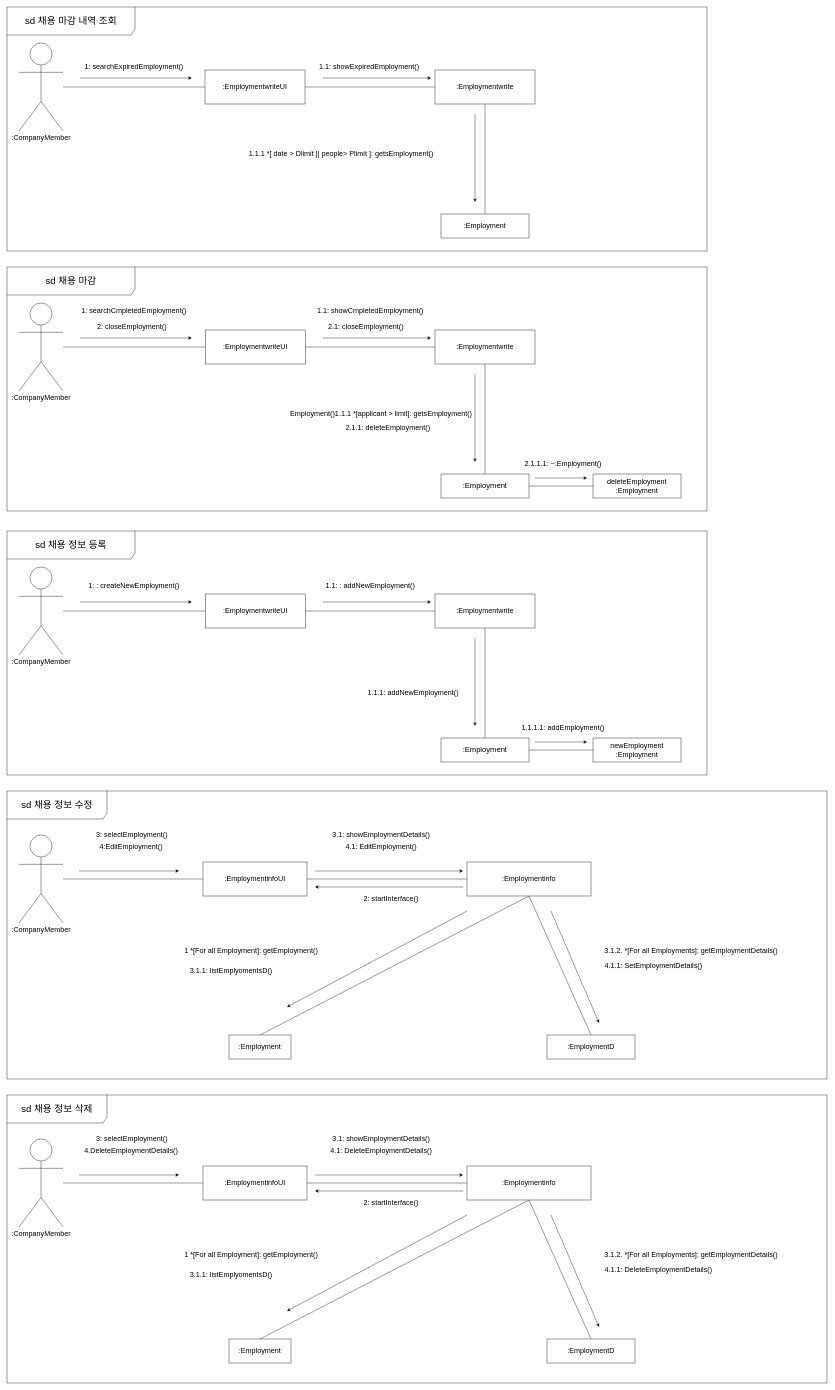
This is communication-diagram-GOS.drawio from yongun2/2023-hongik-software-engineering, a draw.io file, before an edit. Source tidied: cells renumbered, new cells numbered last; positions are measured from the earlier drawing's top-left corner, leaving out a move shared by most shapes. Both pictures are drawn from the tidied source at 40%, with x=0, y=0 at pixel (7, 7).
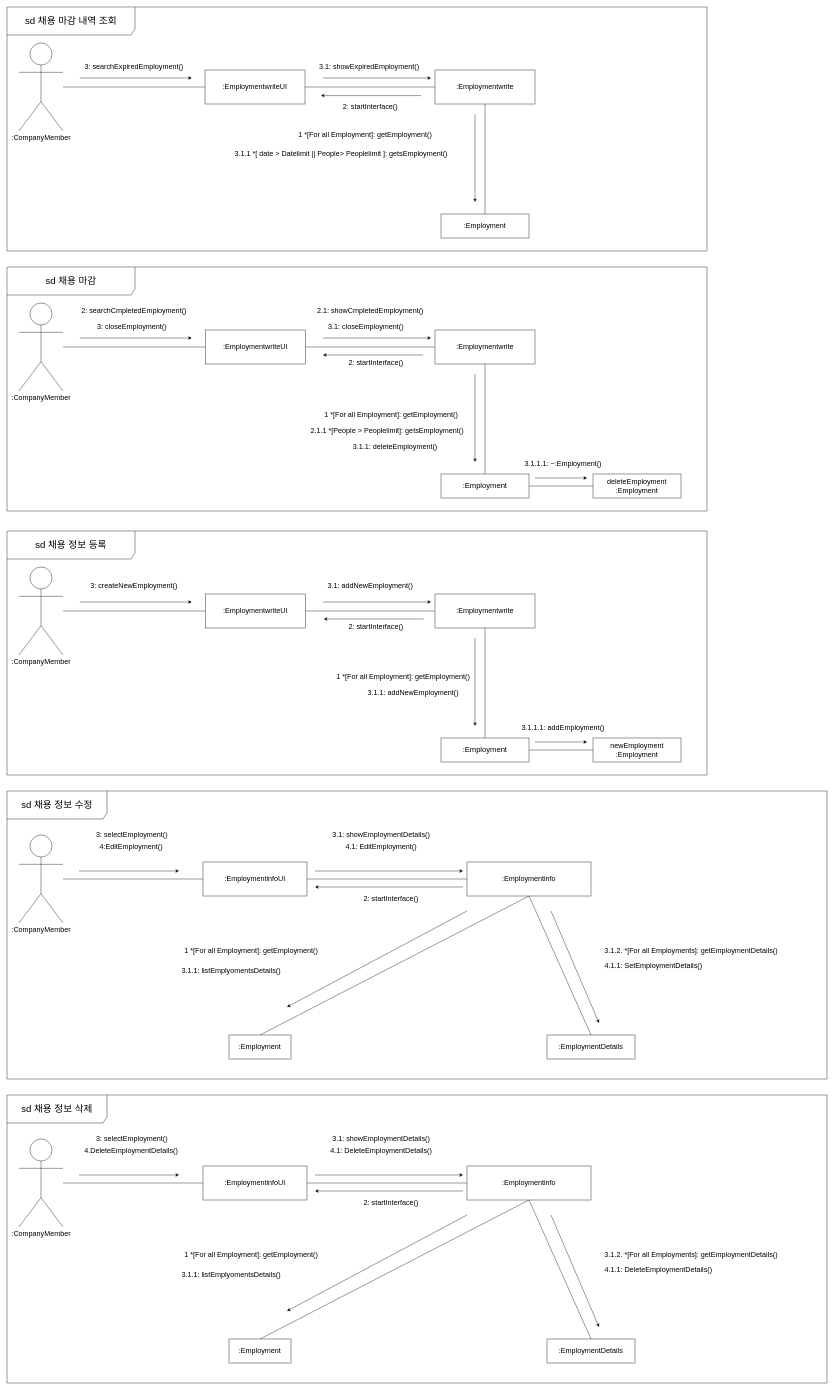
Above is the later version.

Commit message:
class-diagram-GOS ver.3

What changed in the source:
```diff
@@
-    <mxCell id="8" value="&lt;font style=&quot;font-size: 18px;&quot;&gt;1: searchExpiredEmployment&lt;/font&gt;&lt;span style=&quot;font-size: 18px; background-color: initial;&quot;&gt;()&lt;/span&gt;" style="text;html=1;align=center;verticalAlign=middle;strokeColor=none;fillColor=none;" parent="1" vertex="1">
+    <mxCell id="8" value="&lt;font style=&quot;font-size: 18px;&quot;&gt;3: searchExpiredEmployment&lt;/font&gt;&lt;span style=&quot;font-size: 18px; background-color: initial;&quot;&gt;()&lt;/span&gt;" style="text;html=1;align=center;verticalAlign=middle;strokeColor=none;fillColor=none;" parent="1" vertex="1">
       <mxGeometry x="182" y="130" width="270" height="40" as="geometry" />
     </mxCell>
@@
-    <mxCell id="10" value="&lt;font style=&quot;font-size: 18px;&quot;&gt;1.1: showExpired&lt;/font&gt;&lt;font style=&quot;border-color: var(--border-color); font-size: 18px;&quot;&gt;Employment()&lt;/font&gt;" style="text;html=1;align=center;verticalAlign=middle;strokeColor=none;fillColor=none;" parent="1" vertex="1">
+    <mxCell id="10" value="&lt;font style=&quot;font-size: 18px;&quot;&gt;3.1: showExpired&lt;/font&gt;&lt;font style=&quot;border-color: var(--border-color); font-size: 18px;&quot;&gt;Employment()&lt;/font&gt;" style="text;html=1;align=center;verticalAlign=middle;strokeColor=none;fillColor=none;" parent="1" vertex="1">
       <mxGeometry x="770" y="130" width="270" height="40" as="geometry" />
     </mxCell>
@@
-    <mxCell id="14" value="&lt;font style=&quot;font-size: 18px;&quot;&gt;1.1.1 *[ date &amp;gt; Dlimit || people&amp;gt; Plimit ]: get&lt;/font&gt;&lt;font style=&quot;border-color: var(--border-color); font-size: 18px;&quot;&gt;sEmployment()&lt;/font&gt;" style="text;html=1;align=center;verticalAlign=middle;strokeColor=none;fillColor=none;" parent="1" vertex="1">
-      <mxGeometry x="590" y="348" width="490" height="40" as="geometry" />
+    <mxCell id="14" value="&lt;font style=&quot;font-size: 18px;&quot;&gt;3.1.1 *[ date &amp;gt; Datelimit || People&amp;gt; Peoplelimit ]: get&lt;/font&gt;&lt;font style=&quot;border-color: var(--border-color); font-size: 18px;&quot;&gt;sEmployment()&lt;/font&gt;" style="text;html=1;align=center;verticalAlign=middle;strokeColor=none;fillColor=none;" parent="1" vertex="1">
+      <mxGeometry x="555" y="348" width="560" height="40" as="geometry" />
     </mxCell>
@@
-    <mxCell id="23" value="&lt;font style=&quot;font-size: 18px;&quot;&gt;:EmploymentD&lt;/font&gt;" style="rounded=0;whiteSpace=wrap;html=1;" parent="1" vertex="1">
+    <mxCell id="23" value="&lt;font style=&quot;font-size: 18px;&quot;&gt;:EmploymentDetails&lt;/font&gt;" style="rounded=0;whiteSpace=wrap;html=1;" parent="1" vertex="1">
       <mxGeometry x="1350" y="2570" width="220" height="60" as="geometry" />
     </mxCell>
@@
-    <mxCell id="35" value="&lt;font style=&quot;font-size: 18px;&quot;&gt;3.1.1: listEmplyomentsD()&lt;/font&gt;" style="text;html=1;align=center;verticalAlign=middle;strokeColor=none;fillColor=none;" parent="1" vertex="1">
-      <mxGeometry x="445" y="2390" width="230" height="40" as="geometry" />
+    <mxCell id="35" value="&lt;font style=&quot;font-size: 18px;&quot;&gt;3.1.1: listEmplyomentsDetails()&lt;/font&gt;" style="text;html=1;align=center;verticalAlign=middle;strokeColor=none;fillColor=none;" parent="1" vertex="1">
+      <mxGeometry x="425" y="2390" width="270" height="40" as="geometry" />
     </mxCell>
@@
-    <mxCell id="46" value="&lt;font style=&quot;font-size: 18px;&quot;&gt;1: searchCmpleted&lt;/font&gt;&lt;span style=&quot;font-size: 18px; background-color: initial;&quot;&gt;Employment()&lt;/span&gt;" style="text;html=1;align=center;verticalAlign=middle;strokeColor=none;fillColor=none;" parent="1" vertex="1">
+    <mxCell id="46" value="&lt;font style=&quot;font-size: 18px;&quot;&gt;2: searchCmpleted&lt;/font&gt;&lt;span style=&quot;font-size: 18px; background-color: initial;&quot;&gt;Employment()&lt;/span&gt;" style="text;html=1;align=center;verticalAlign=middle;strokeColor=none;fillColor=none;" parent="1" vertex="1">
       <mxGeometry x="172" y="740" width="290" height="40" as="geometry" />
     </mxCell>
@@
-    <mxCell id="48" value="&lt;font style=&quot;font-size: 18px;&quot;&gt;1.1: &lt;/font&gt;&lt;font style=&quot;font-size: 18px;&quot;&gt;&lt;font style=&quot;font-size: 18px;&quot;&gt;show&lt;/font&gt;&lt;font style=&quot;border-color: var(--border-color); font-size: 18px;&quot;&gt;Cmpleted&lt;/font&gt;Employment()&lt;/font&gt;" style="text;html=1;align=center;verticalAlign=middle;strokeColor=none;fillColor=none;" parent="1" vertex="1">
+    <mxCell id="48" value="&lt;font style=&quot;font-size: 18px;&quot;&gt;2.1: &lt;/font&gt;&lt;font style=&quot;font-size: 18px;&quot;&gt;&lt;font style=&quot;font-size: 18px;&quot;&gt;show&lt;/font&gt;&lt;font style=&quot;border-color: var(--border-color); font-size: 18px;&quot;&gt;Cmpleted&lt;/font&gt;Employment()&lt;/font&gt;" style="text;html=1;align=center;verticalAlign=middle;strokeColor=none;fillColor=none;" parent="1" vertex="1">
       <mxGeometry x="763" y="740" width="290" height="40" as="geometry" />
     </mxCell>
@@
-    <mxCell id="52" value="&lt;font style=&quot;font-size: 18px;&quot;&gt;Employment()1.1.1 *[applicant&amp;nbsp;&amp;gt; limit]:&amp;nbsp;&lt;/font&gt;&lt;font style=&quot;border-color: var(--border-color); font-size: 18px;&quot;&gt;get&lt;/font&gt;&lt;font style=&quot;border-color: var(--border-color); font-size: 18px;&quot;&gt;sEmployment()&lt;/font&gt;" style="text;html=1;align=center;verticalAlign=middle;strokeColor=none;fillColor=none;" parent="1" vertex="1">
-      <mxGeometry x="695" y="998" width="480" height="40" as="geometry" />
+    <mxCell id="52" value="&lt;font style=&quot;font-size: 18px;&quot;&gt;2.1.1 *[People &amp;gt; Peoplelimit]:&amp;nbsp;&lt;/font&gt;&lt;font style=&quot;border-color: var(--border-color); font-size: 18px;&quot;&gt;get&lt;/font&gt;&lt;font style=&quot;border-color: var(--border-color); font-size: 18px;&quot;&gt;sEmployment()&lt;/font&gt;" style="text;html=1;align=center;verticalAlign=middle;strokeColor=none;fillColor=none;" parent="1" vertex="1">
+      <mxGeometry x="745" y="1040" width="410" height="40" as="geometry" />
     </mxCell>
-    <mxCell id="53" value="&lt;font style=&quot;font-size: 18px;&quot;&gt;2: closeEmployment()&lt;/font&gt;" style="text;html=1;align=center;verticalAlign=middle;strokeColor=none;fillColor=none;" parent="1" vertex="1">
+    <mxCell id="53" value="&lt;font style=&quot;font-size: 18px;&quot;&gt;3: closeEmployment()&lt;/font&gt;" style="text;html=1;align=center;verticalAlign=middle;strokeColor=none;fillColor=none;" parent="1" vertex="1">
       <mxGeometry x="212" y="780" width="200" height="40" as="geometry" />
     </mxCell>
-    <mxCell id="54" value="&lt;font style=&quot;font-size: 18px;&quot;&gt;2.1: closeEmployment()&lt;/font&gt;" style="text;html=1;align=center;verticalAlign=middle;strokeColor=none;fillColor=none;" parent="1" vertex="1">
+    <mxCell id="54" value="&lt;font style=&quot;font-size: 18px;&quot;&gt;3.1: closeEmployment()&lt;/font&gt;" style="text;html=1;align=center;verticalAlign=middle;strokeColor=none;fillColor=none;" parent="1" vertex="1">
       <mxGeometry x="792" y="780" width="210" height="40" as="geometry" />
     </mxCell>
@@
-    <mxCell id="56" value="&lt;font style=&quot;font-size: 18px;&quot;&gt;2.1.1: deleteEmployment()&lt;/font&gt;" style="text;html=1;align=center;verticalAlign=middle;strokeColor=none;fillColor=none;" parent="1" vertex="1">
-      <mxGeometry x="837" y="1031.5" width="230" height="40" as="geometry" />
+    <mxCell id="56" value="&lt;font style=&quot;font-size: 18px;&quot;&gt;3.1.1: deleteEmployment()&lt;/font&gt;" style="text;html=1;align=center;verticalAlign=middle;strokeColor=none;fillColor=none;" parent="1" vertex="1">
+      <mxGeometry x="855" y="1080" width="230" height="40" as="geometry" />
     </mxCell>
@@
-    <mxCell id="58" value="&lt;font style=&quot;font-size: 18px;&quot;&gt;&lt;font style=&quot;font-size: 18px;&quot;&gt;2.1.1.1: ~&lt;/font&gt;:Employment()&lt;/font&gt;" style="text;html=1;align=center;verticalAlign=middle;strokeColor=none;fillColor=none;" parent="1" vertex="1">
+    <mxCell id="58" value="&lt;font style=&quot;font-size: 18px;&quot;&gt;&lt;font style=&quot;font-size: 18px;&quot;&gt;3.1.1.1: ~&lt;/font&gt;:Employment()&lt;/font&gt;" style="text;html=1;align=center;verticalAlign=middle;strokeColor=none;fillColor=none;" parent="1" vertex="1">
       <mxGeometry x="1280" y="1122.5" width="220" height="40" as="geometry" />
     </mxCell>
@@
-    <mxCell id="67" value="&lt;font style=&quot;font-size: 18px;&quot;&gt;1: : createNew&lt;/font&gt;&lt;span style=&quot;font-size: 18px; background-color: initial;&quot;&gt;Employment()&lt;/span&gt;" style="text;html=1;align=center;verticalAlign=middle;strokeColor=none;fillColor=none;" parent="1" vertex="1">
-      <mxGeometry x="192" y="1427.5" width="250" height="40" as="geometry" />
+    <mxCell id="67" value="&lt;font style=&quot;font-size: 18px;&quot;&gt;3: createNew&lt;/font&gt;&lt;span style=&quot;font-size: 18px; background-color: initial;&quot;&gt;Employment()&lt;/span&gt;" style="text;html=1;align=center;verticalAlign=middle;strokeColor=none;fillColor=none;" parent="1" vertex="1">
+      <mxGeometry x="197" y="1427.5" width="240" height="40" as="geometry" />
     </mxCell>
@@
-    <mxCell id="69" value="&lt;font style=&quot;font-size: 18px;&quot;&gt;1.1:&amp;nbsp;: addNew&lt;/font&gt;&lt;font style=&quot;font-size: 18px;&quot;&gt;Employment()&lt;/font&gt;" style="text;html=1;align=center;verticalAlign=middle;strokeColor=none;fillColor=none;" parent="1" vertex="1">
-      <mxGeometry x="783" y="1427.5" width="250" height="40" as="geometry" />
+    <mxCell id="69" value="&lt;font style=&quot;font-size: 18px;&quot;&gt;3.1: addNew&lt;/font&gt;&lt;font style=&quot;font-size: 18px;&quot;&gt;Employment()&lt;/font&gt;" style="text;html=1;align=center;verticalAlign=middle;strokeColor=none;fillColor=none;" parent="1" vertex="1">
+      <mxGeometry x="788" y="1427.5" width="240" height="40" as="geometry" />
     </mxCell>
@@
-    <mxCell id="74" value="&lt;font style=&quot;font-size: 18px;&quot;&gt;1.1.1: addNewEmployment()&lt;/font&gt;" style="text;html=1;align=center;verticalAlign=middle;strokeColor=none;fillColor=none;" parent="1" vertex="1">
+    <mxCell id="74" value="&lt;font style=&quot;font-size: 18px;&quot;&gt;3.1.1: addNewEmployment()&lt;/font&gt;" style="text;html=1;align=center;verticalAlign=middle;strokeColor=none;fillColor=none;" parent="1" vertex="1">
       <mxGeometry x="890" y="1694" width="250" height="40" as="geometry" />
     </mxCell>
@@
-    <mxCell id="76" value="&lt;font style=&quot;font-size: 18px;&quot;&gt;&lt;font style=&quot;font-size: 18px;&quot;&gt;1.1.1.1: add&lt;/font&gt;Employment()&lt;/font&gt;" style="text;html=1;align=center;verticalAlign=middle;strokeColor=none;fillColor=none;" parent="1" vertex="1">
+    <mxCell id="76" value="&lt;font style=&quot;font-size: 18px;&quot;&gt;&lt;font style=&quot;font-size: 18px;&quot;&gt;3.1.1.1: add&lt;/font&gt;Employment()&lt;/font&gt;" style="text;html=1;align=center;verticalAlign=middle;strokeColor=none;fillColor=none;" parent="1" vertex="1">
       <mxGeometry x="1275" y="1782.5" width="230" height="40" as="geometry" />
     </mxCell>
@@
-    <mxCell id="86" value="&lt;font style=&quot;font-size: 18px;&quot;&gt;:EmploymentD&lt;/font&gt;" style="rounded=0;whiteSpace=wrap;html=1;" parent="1" vertex="1">
+    <mxCell id="86" value="&lt;font style=&quot;font-size: 18px;&quot;&gt;:EmploymentDetails&lt;/font&gt;" style="rounded=0;whiteSpace=wrap;html=1;" parent="1" vertex="1">
       <mxGeometry x="1350" y="3330" width="220" height="60" as="geometry" />
     </mxCell>
@@
-    <mxCell id="98" value="&lt;font style=&quot;font-size: 18px;&quot;&gt;3.1.1: listEmplyomentsD()&lt;/font&gt;" style="text;html=1;align=center;verticalAlign=middle;strokeColor=none;fillColor=none;" parent="1" vertex="1">
-      <mxGeometry x="445" y="3150" width="230" height="40" as="geometry" />
+    <mxCell id="98" value="&lt;font style=&quot;font-size: 18px;&quot;&gt;3.1.1: listEmplyomentsDetails()&lt;/font&gt;" style="text;html=1;align=center;verticalAlign=middle;strokeColor=none;fillColor=none;" parent="1" vertex="1">
+      <mxGeometry x="425" y="3150" width="270" height="40" as="geometry" />
     </mxCell>
@@
+    <mxCell id="103" value="&lt;font style=&quot;font-size: 18px;&quot;&gt;1 *[For all Employment]: getEmployment()&lt;/font&gt;" style="text;html=1;align=center;verticalAlign=middle;strokeColor=none;fillColor=none;" parent="1" vertex="1">
+      <mxGeometry x="715" y="300" width="360" height="40" as="geometry" />
+    </mxCell>
+    <mxCell id="104" value="&lt;font style=&quot;font-size: 18px;&quot;&gt;2: startInterface()&lt;/font&gt;" style="text;html=1;align=center;verticalAlign=middle;strokeColor=none;fillColor=none;" parent="1" vertex="1">
+      <mxGeometry x="828" y="230" width="160" height="40" as="geometry" />
+    </mxCell>
+    <mxCell id="105" value="&lt;font style=&quot;font-size: 18px;&quot;&gt;1 *[For all Employment]: getEmployment()&lt;/font&gt;" style="text;html=1;align=center;verticalAlign=middle;strokeColor=none;fillColor=none;" parent="1" vertex="1">
+      <mxGeometry x="780" y="1000" width="360" height="40" as="geometry" />
+    </mxCell>
+    <mxCell id="106" value="&lt;font style=&quot;font-size: 18px;&quot;&gt;2: startInterface()&lt;/font&gt;" style="text;html=1;align=center;verticalAlign=middle;strokeColor=none;fillColor=none;" parent="1" vertex="1">
+      <mxGeometry x="842" y="870" width="160" height="40" as="geometry" />
+    </mxCell>
+    <mxCell id="107" style="endArrow=classic;html=1;rounded=0;" parent="1" edge="1">
+      <mxGeometry relative="1" as="geometry">
+        <mxPoint x="1042" y="1530" as="sourcePoint" />
+        <mxPoint x="792" y="1530" as="targetPoint" />
+      </mxGeometry>
+    </mxCell>
+    <mxCell id="108" style="endArrow=classic;html=1;rounded=0;" parent="1" edge="1">
+      <mxGeometry relative="1" as="geometry">
+        <mxPoint x="1035" y="221.5" as="sourcePoint" />
+        <mxPoint x="785" y="221.5" as="targetPoint" />
+      </mxGeometry>
+    </mxCell>
+    <mxCell id="109" value="&lt;font style=&quot;font-size: 18px;&quot;&gt;2: startInterface()&lt;/font&gt;" style="text;html=1;align=center;verticalAlign=middle;strokeColor=none;fillColor=none;" parent="1" vertex="1">
+      <mxGeometry x="842" y="1530" width="160" height="40" as="geometry" />
+    </mxCell>
+    <mxCell id="110" style="endArrow=classic;html=1;rounded=0;" parent="1" edge="1">
+      <mxGeometry relative="1" as="geometry">
+        <mxPoint x="1040" y="870" as="sourcePoint" />
+        <mxPoint x="790" y="870" as="targetPoint" />
+      </mxGeometry>
+    </mxCell>
+    <mxCell id="111" value="&lt;font style=&quot;font-size: 18px;&quot;&gt;1 *[For all Employment]: getEmployment()&lt;/font&gt;" style="text;html=1;align=center;verticalAlign=middle;strokeColor=none;fillColor=none;" parent="1" vertex="1">
+      <mxGeometry x="810" y="1654" width="360" height="40" as="geometry" />
+    </mxCell>
```
